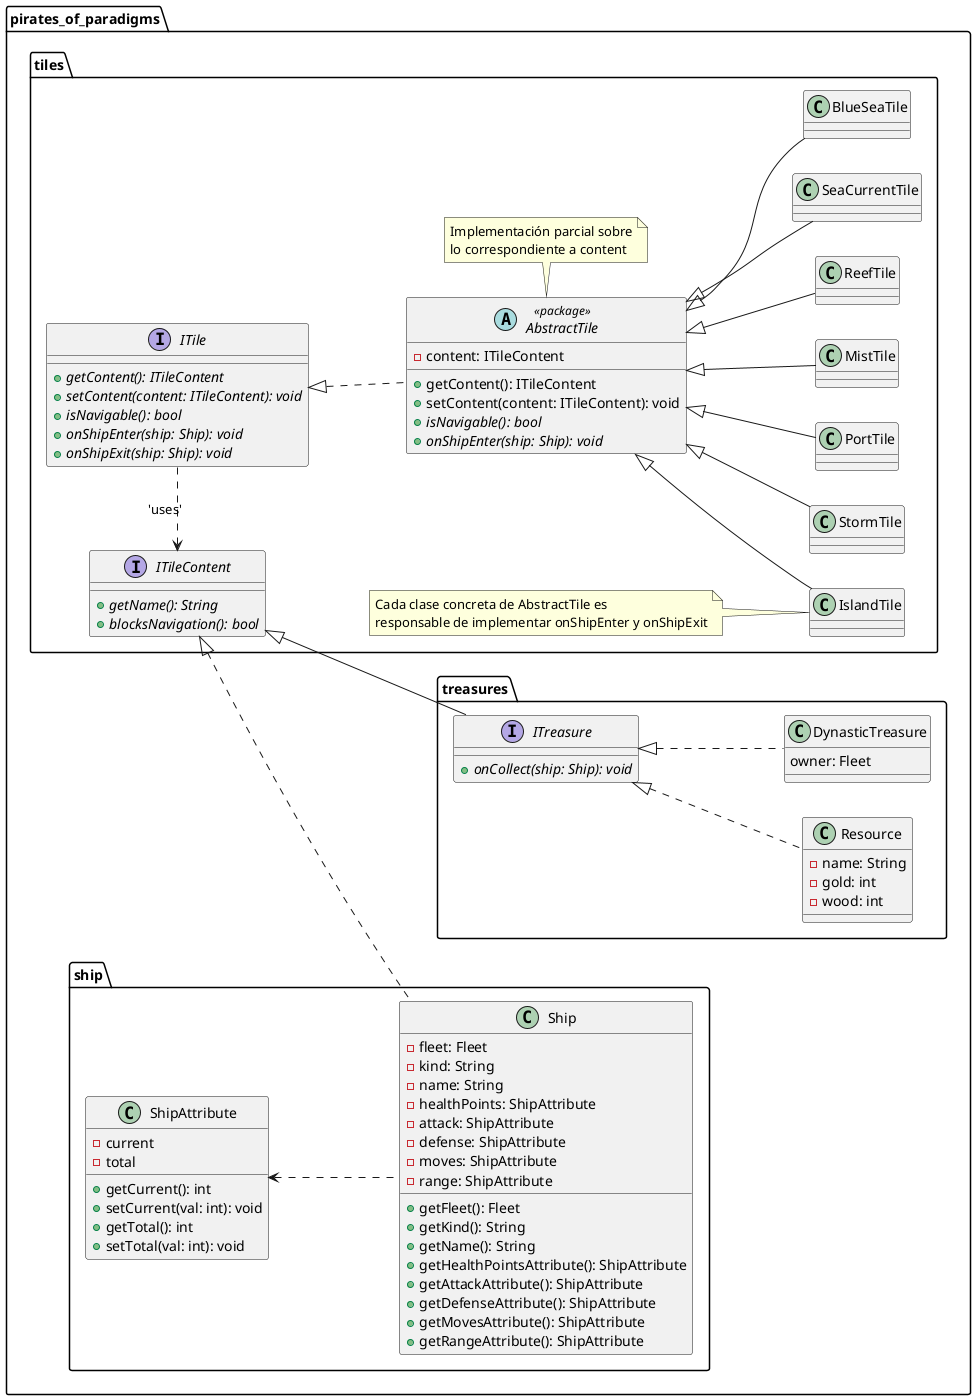
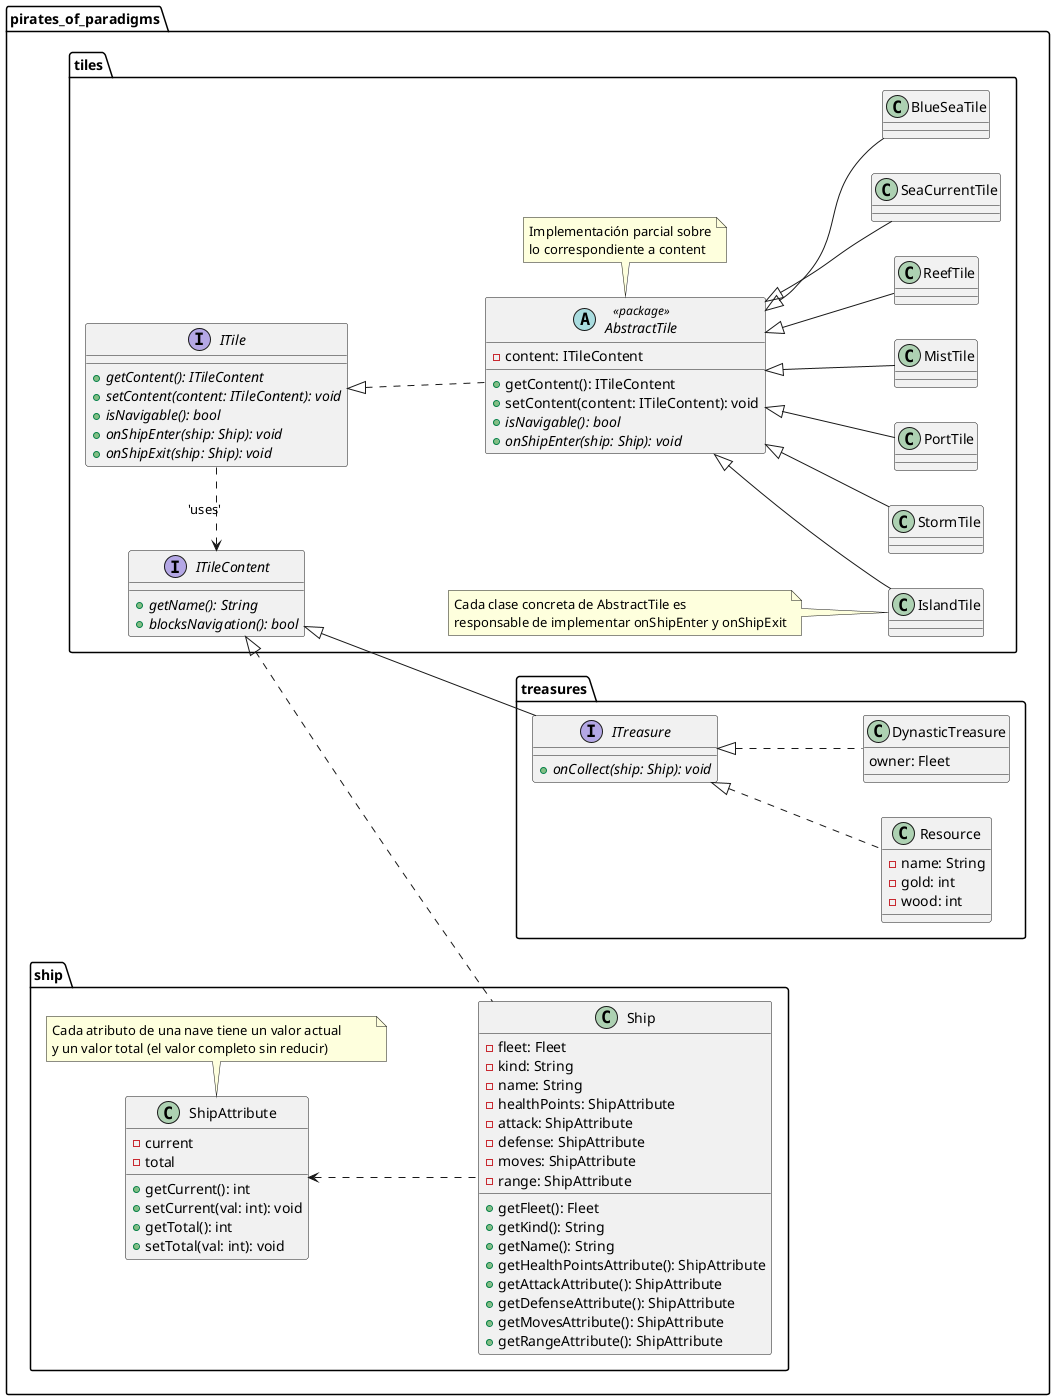
@startuml
left to right direction

package "pirates_of_paradigms" {
    package "tiles" {
        interface ITile
        interface ITileContent
        abstract AbstractTile <<package>> implements ITile
        class BlueSeaTile extends AbstractTile
        class StormTile extends AbstractTile
        class PortTile extends AbstractTile
        class MistTile extends AbstractTile
        class ReefTile extends AbstractTile
        class SeaCurrentTile extends AbstractTile
        class IslandTile extends AbstractTile

        ITileContent <. ITile : 'uses'

        note bottom of AbstractTile : \
        Implementación parcial sobre\nlo correspondiente a content

        note left of IslandTile : \
        Cada clase concreta de AbstractTile es\
        \nresponsable de implementar onShipEnter y onShipExit
    }

    package "treasures" {
        interface ITreasure implements pirates_of_paradigms.tiles.ITileContent
        class Resource implements ITreasure
        class DynasticTreasure implements ITreasure
    }

    package "ship" {
        class Ship implements pirates_of_paradigms.tiles.ITileContent
        class ShipAttribute

        ShipAttribute <.. Ship
+ 
+         note bottom of ShipAttribute : \
+         Cada atributo de una nave tiene un valor actual\
+          \ny un valor total (el valor completo sin reducir)
    }
}

' ################################################################
' Esta sección es para definir miembros y metodos
' ################################################################

interface pirates_of_paradigms.tiles.ITile {
    + {abstract} getContent(): ITileContent
    + {abstract} setContent(content: ITileContent): void
    + {abstract} isNavigable(): bool
    + {abstract} onShipEnter(ship: Ship): void
    + {abstract} onShipExit(ship: Ship): void
}

interface pirates_of_paradigms.tiles.ITileContent {
    + {abstract} getName(): String
    + {abstract} blocksNavigation(): bool
}

abstract pirates_of_paradigms.tiles.AbstractTile {
    - content: ITileContent
    + getContent(): ITileContent
    + setContent(content: ITileContent): void
    + {abstract} isNavigable(): bool
    + {abstract} onShipEnter(ship: Ship): void
}

interface pirates_of_paradigms.treasures.ITreasure {
    + {abstract} onCollect(ship: Ship): void
}

class pirates_of_paradigms.treasures.Resource {
    - name: String
    - gold: int
    - wood: int
}

class pirates_of_paradigms.treasures.DynasticTreasure {
    owner: Fleet
}

class pirates_of_paradigms.ship.Ship {
    - fleet: Fleet
    - kind: String
    - name: String
    - healthPoints: ShipAttribute
    - attack: ShipAttribute
    - defense: ShipAttribute
    - moves: ShipAttribute
    - range: ShipAttribute

    + getFleet(): Fleet
    + getKind(): String
    + getName(): String
    + getHealthPointsAttribute(): ShipAttribute
    + getAttackAttribute(): ShipAttribute
    + getDefenseAttribute(): ShipAttribute
    + getMovesAttribute(): ShipAttribute
    + getRangeAttribute(): ShipAttribute
}

class pirates_of_paradigms.ship.ShipAttribute {
    - current
    - total
    + getCurrent(): int
    + setCurrent(val: int): void
    + getTotal(): int
    + setTotal(val: int): void
}

@enduml